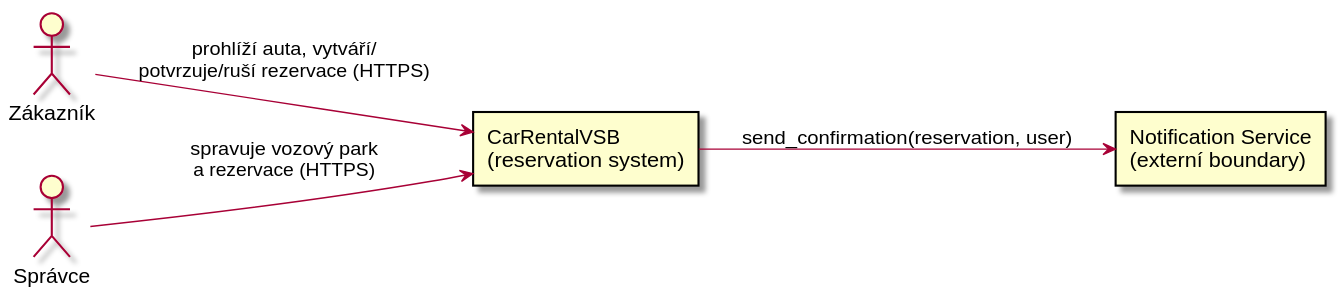
Earlier version of the PlantUML export docs/diagrams/context.svg (DavidMagyarics/CarRentalVSB).
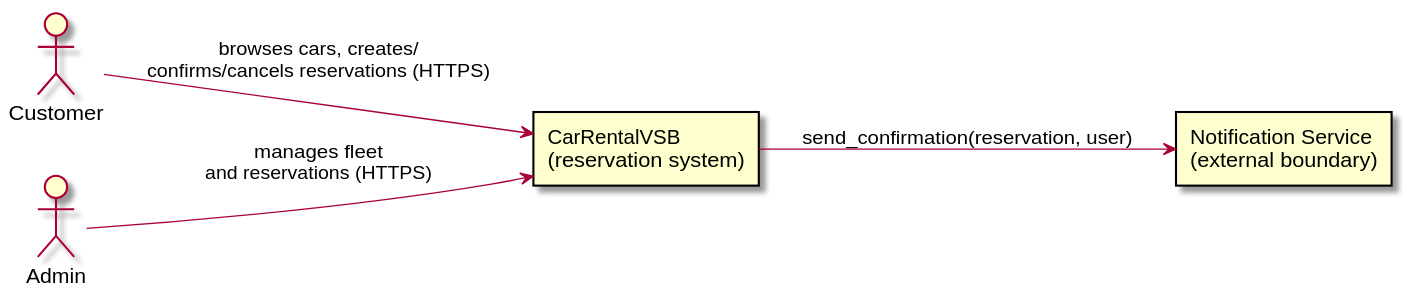
The same file after the commit.

The edit, as a diff of the source:
```diff
@@ -2,12 +2,12 @@
 left to right direction
 skinparam backgroundColor white
 
-actor "Zákazník" as zakaznik
-actor "Správce" as admin
+actor "Customer" as customer
+actor "Admin" as admin
 rectangle "CarRentalVSB\n(reservation system)" as app
-rectangle "Notification Service\n(externí boundary)" as notif
+rectangle "Notification Service\n(external boundary)" as notif
 
-zakaznik --> app : prohlíží auta, vytváří/\npotvrzuje/ruší rezervace (HTTPS)
-admin --> app : spravuje vozový park\na rezervace (HTTPS)
+customer --> app : browses cars, creates/\nconfirms/cancels reservations (HTTPS)
+admin --> app : manages fleet\nand reservations (HTTPS)
 app --> notif : send_confirmation(reservation, user)
 @enduml
```
